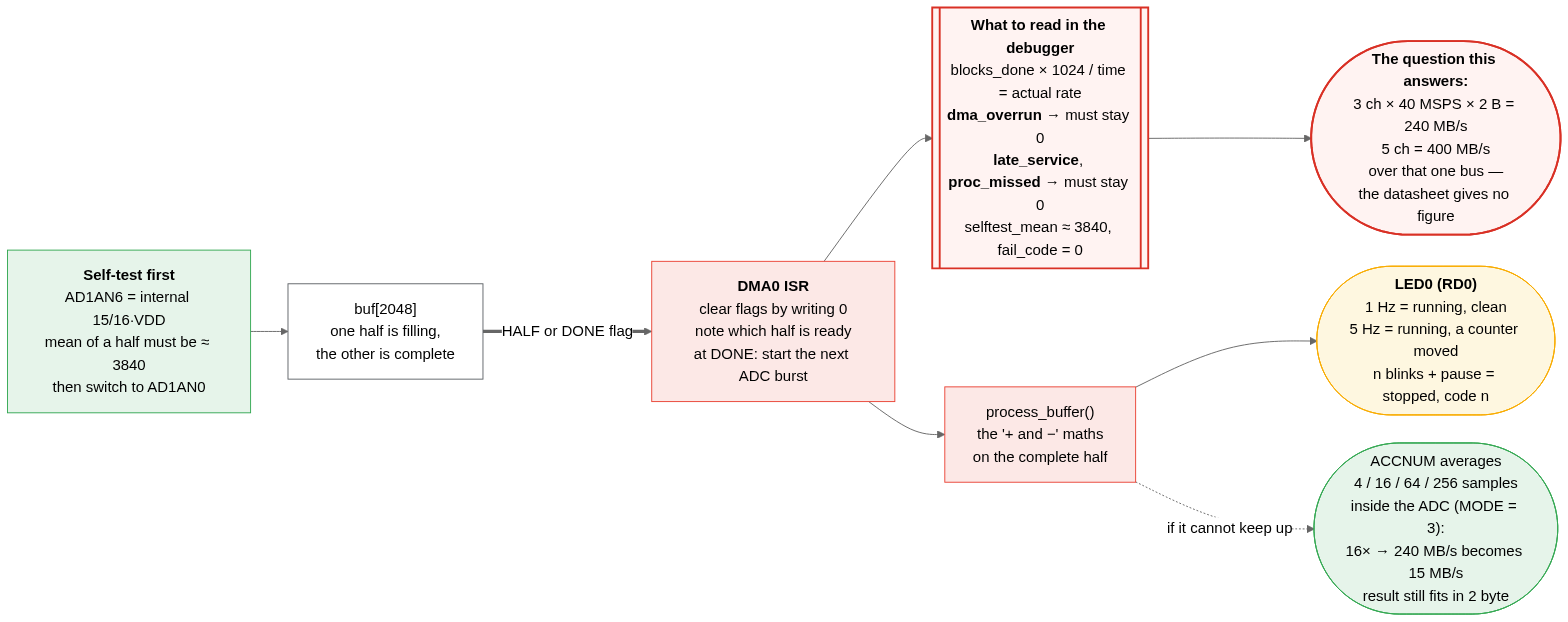
Above: docs/04_cpu_and_counters.png in MicrochipTech/dspic33a-high-speed-adc-example (Mermaid), before the change. Its source is kept beside it as docs/04_cpu_and_counters.mmd.
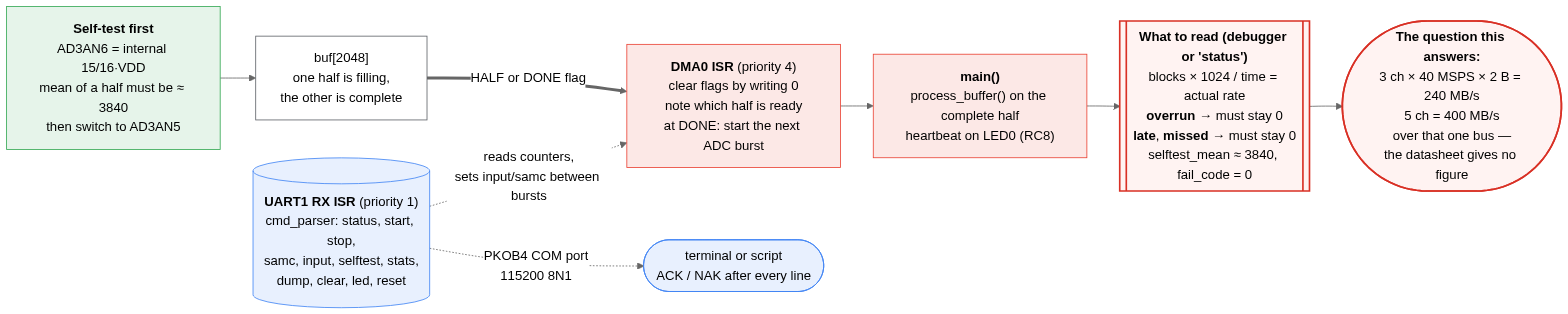
After the change.

Diff of the diagram source:
```diff
@@ -1,24 +1,23 @@
 %%{init: {'theme':'neutral', 'flowchart':{'curve':'basis','nodeSpacing':30,'rankSpacing':40,'htmlLabels':true}}}%%
 flowchart LR
 
-    ST["<b>Self-test first</b><br/>AD1AN6 = internal 15/16·VDD<br/>mean of a half must be ≈ 3840<br/>then switch to AD1AN0"] --> BUFS
-    BUFS["buf[2048]<br/>one half is filling,<br/>the other is complete"] == "HALF or DONE flag" ==> ISR["<b>DMA0 ISR</b><br/>clear flags by writing 0<br/>note which half is ready<br/>at DONE: start the next ADC burst"]
-    ISR --> CNT[["<b>What to read in the debugger</b><br/>blocks_done × 1024 / time = actual rate<br/><b>dma_overrun</b> → must stay 0<br/><b>late_service</b>, <b>proc_missed</b> → must stay 0<br/>selftest_mean ≈ 3840, fail_code = 0"]]
-    ISR --> PROC["process_buffer()<br/>the '+ and −' maths<br/>on the complete half"]
-    PROC --> LED(["<b>LED0 (RD0)</b><br/>1 Hz = running, clean<br/>5 Hz = running, a counter moved<br/>n blinks + pause = stopped, code n"])
+    ST["<b>Self-test first</b><br/>AD3AN6 = internal 15/16·VDD<br/>mean of a half must be ≈ 3840<br/>then switch to AD3AN5"] --> BUFS
+    BUFS["buf[2048]<br/>one half is filling,<br/>the other is complete"] == "HALF or DONE flag" ==> ISR["<b>DMA0 ISR</b> (priority 4)<br/>clear flags by writing 0<br/>note which half is ready<br/>at DONE: start the next ADC burst"]
+    ISR --> PROC["<b>main()</b><br/>process_buffer() on the complete half<br/>heartbeat on LED0 (RC8)"]
+    UART[("<b>UART1 RX ISR</b> (priority 1)<br/>cmd_parser: status, start, stop,<br/>samc, input, selftest, stats,<br/>dump, clear, led, reset")] -. "PKOB4 COM port<br/>115200 8N1" .-> PC(["terminal or script<br/>ACK / NAK after every line"])
+    UART -. "reads counters,<br/>sets input/samc between bursts" .-> ISR
+    PROC --> CNT[["<b>What to read (debugger or 'status')</b><br/>blocks × 1024 / time = actual rate<br/><b>overrun</b> → must stay 0<br/><b>late</b>, <b>missed</b> → must stay 0<br/>selftest_mean ≈ 3840, fail_code = 0"]]
     CNT --> ANS(["<b>The question this answers:</b><br/>3 ch × 40 MSPS × 2 B = 240 MB/s<br/>5 ch = 400 MB/s<br/>over that one bus —<br/>the datasheet gives no figure"])
-    PROC -. "if it cannot keep up" .-> FIX(["ACCNUM averages<br/>4 / 16 / 64 / 256 samples<br/>inside the ADC (MODE = 3):<br/>16× → 240 MB/s becomes 15 MB/s<br/>result still fits in 2 byte"])
 
-    classDef clk  fill:#e8f0fe,stroke:#4285f4
     classDef adc  fill:#e6f4ea,stroke:#34a853
     classDef dma  fill:#fef7e0,stroke:#f9ab00
     classDef cpu  fill:#fce8e6,stroke:#ea4335
     classDef warn fill:#fff3f2,stroke:#d93025,stroke-width:2px
     classDef buf  fill:#ffffff,stroke:#5f6368
+    classDef cli  fill:#e8f0fe,stroke:#4285f4
 
     class BUFS buf
     class ST adc
     class ISR,PROC cpu
     class CNT,ANS warn
-    class LED dma
-    class FIX adc
+    class UART,PC cli
```
